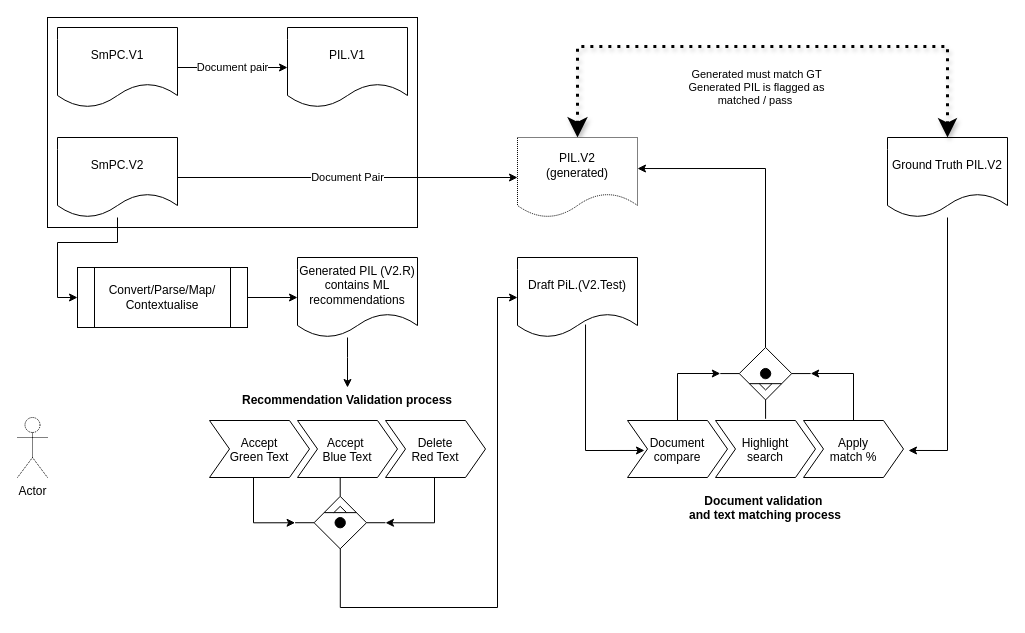
Earlier version of the draw.io diagram Automated Document Validation.drawio (ilanjaya/TestCOE). Source tidied: cells renumbered, new cells numbered last; positions are measured from the earlier drawing's top-left corner, leaving out a move shared by most shapes. Both pictures are drawn from the tidied source at 100%, with x=0, y=0 at pixel (17, 17).
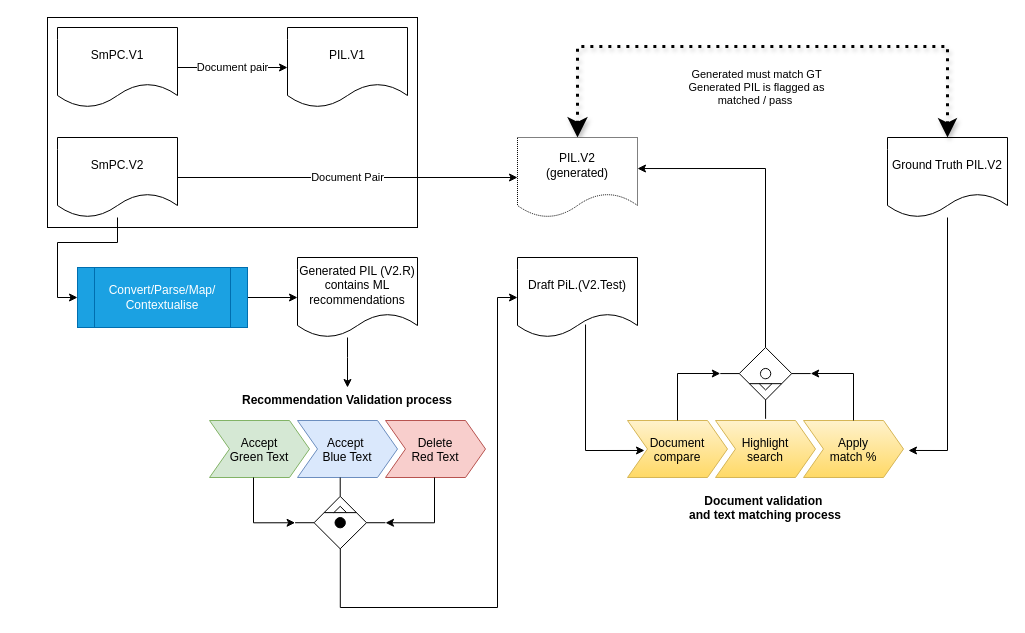
The same page after the edit.

Unchanged cells that the change refers to:
```xml
<mxCell id="20" value="Recommendation Validation process" style="swimlane;horizontal=1;fillColor=none;strokeColor=none;stackBorder=10;align=center;points=[];fontColor=#000000;dashed=1;dashPattern=1 1;" parent="1" vertex="1">
  <mxGeometry x="182" y="370" width="296" height="100" as="geometry" />
</mxCell>
<mxCell id="28" value="Document validation &#10;and text matching process" style="swimlane;horizontal=1;fillColor=none;strokeColor=none;stackBorder=10;align=center;fontColor=#000000;dashed=1;dashPattern=1 1;verticalAlign=top;labelPosition=center;verticalLabelPosition=bottom;" parent="1" vertex="1">
  <mxGeometry x="600" y="370" width="296" height="100" as="geometry" />
</mxCell>
```

Change to the diagram source:
```diff
@@
-    <mxCell id="18" value="Convert/Parse/Map/&lt;br&gt;Contextualise" style="shape=process;whiteSpace=wrap;html=1;backgroundOutline=1;" parent="1" vertex="1">
+    <mxCell id="18" value="Convert/Parse/Map/&lt;br&gt;Contextualise" style="shape=process;whiteSpace=wrap;html=1;backgroundOutline=1;fillColor=#1ba1e2;strokeColor=#006EAF;fontColor=#ffffff;" parent="1" vertex="1">
       <mxGeometry x="60" y="250" width="170" height="60" as="geometry" />
     </mxCell>
-    <mxCell id="19" value="Actor" style="shape=umlActor;verticalLabelPosition=bottom;verticalAlign=top;html=1;dashed=1;dashPattern=1 1;" parent="1" vertex="1">
-      <mxGeometry y="400" width="30" height="60" as="geometry" />
-    </mxCell>
@@
-    <mxCell id="21" value="Accept&#10;Green Text" style="shape=step;perimeter=stepPerimeter;fixedSize=1;points=[];" parent="20" vertex="1">
+    <mxCell id="21" value="Accept&#10;Green Text" style="shape=step;perimeter=stepPerimeter;fixedSize=1;points=[];fillColor=#d5e8d4;strokeColor=#82b366;" parent="20" vertex="1">
       <mxGeometry x="10" y="33" width="100" height="57" as="geometry" />
     </mxCell>
-    <mxCell id="22" value="Accept &#10;Blue Text" style="shape=step;perimeter=stepPerimeter;fixedSize=1;" parent="20" vertex="1">
+    <mxCell id="22" value="Accept &#10;Blue Text" style="shape=step;perimeter=stepPerimeter;fixedSize=1;fillColor=#dae8fc;strokeColor=#6c8ebf;" parent="20" vertex="1">
       <mxGeometry x="98" y="33" width="100" height="57" as="geometry" />
     </mxCell>
-    <mxCell id="23" value="Delete&#10;Red Text" style="shape=step;perimeter=stepPerimeter;fixedSize=1;points=[];" parent="20" vertex="1">
+    <mxCell id="23" value="Delete&#10;Red Text" style="shape=step;perimeter=stepPerimeter;fixedSize=1;points=[];fillColor=#f8cecc;strokeColor=#b85450;" parent="20" vertex="1">
       <mxGeometry x="186" y="33" width="100" height="57" as="geometry" />
     </mxCell>
@@
-    <mxCell id="29" value="Document &#10;compare" style="shape=step;perimeter=stepPerimeter;fixedSize=1;points=[];" parent="28" vertex="1">
+    <mxCell id="29" value="Document &#10;compare" style="shape=step;perimeter=stepPerimeter;fixedSize=1;points=[];fillColor=#fff2cc;strokeColor=#d6b656;gradientColor=#ffd966;" parent="28" vertex="1">
       <mxGeometry x="10" y="33" width="100" height="57" as="geometry" />
     </mxCell>
-    <mxCell id="30" value="Highlight &#10;search" style="shape=step;perimeter=stepPerimeter;fixedSize=1;" parent="28" vertex="1">
+    <mxCell id="30" value="Highlight &#10;search" style="shape=step;perimeter=stepPerimeter;fixedSize=1;gradientColor=#ffd966;fillColor=#fff2cc;strokeColor=#d6b656;" parent="28" vertex="1">
       <mxGeometry x="98" y="33" width="100" height="57" as="geometry" />
     </mxCell>
-    <mxCell id="31" value="Apply &#10;match %" style="shape=step;perimeter=stepPerimeter;fixedSize=1;points=[];" parent="28" vertex="1">
+    <mxCell id="31" value="Apply &#10;match %" style="shape=step;perimeter=stepPerimeter;fixedSize=1;points=[];gradientColor=#ffd966;fillColor=#fff2cc;strokeColor=#d6b656;" parent="28" vertex="1">
       <mxGeometry x="186" y="33" width="100" height="57" as="geometry" />
     </mxCell>
@@
-    <mxCell id="33" style="verticalLabelPosition=bottom;html=1;verticalAlign=top;strokeColor=#000000;fillColor=#000000;align=center;outlineConnect=0;shape=mxgraph.fluid_power.x12100;points=[[0,0.365,0],[1,0.365,0],[0.5,1,0]];rotation=0;" parent="1" vertex="1">
+    <mxCell id="33" style="verticalLabelPosition=bottom;html=1;verticalAlign=top;align=center;outlineConnect=0;shape=mxgraph.fluid_power.x12100;points=[[0,0.365,0],[1,0.365,0],[0.5,1,0]];rotation=0;" parent="1" vertex="1">
       <mxGeometry x="702.8" y="330" width="90.4" height="71.3" as="geometry" />
     </mxCell>
```
